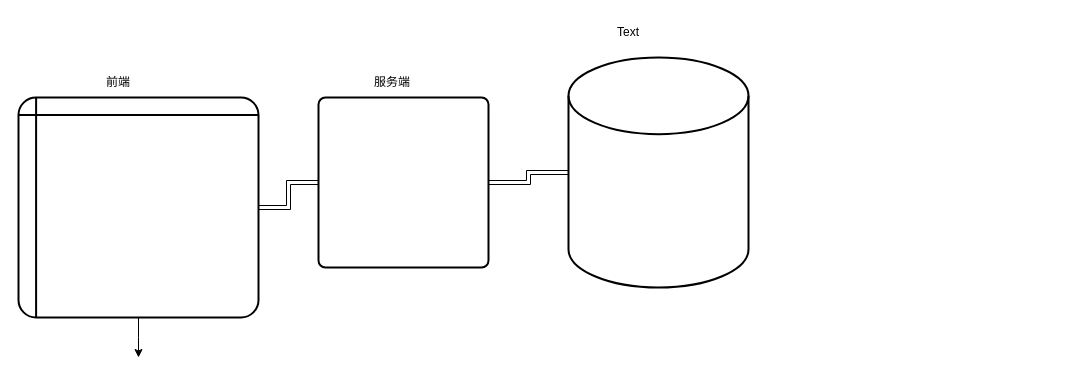
Earlier version of the draw.io diagram 全栈.drawio (RenJie666/ssh). Source tidied: cells renumbered, new cells numbered last; positions are measured from the earlier drawing's top-left corner, leaving out a move shared by most shapes. Both pictures are drawn from the tidied source at 100%, with x=0, y=0 at pixel (18, 17).
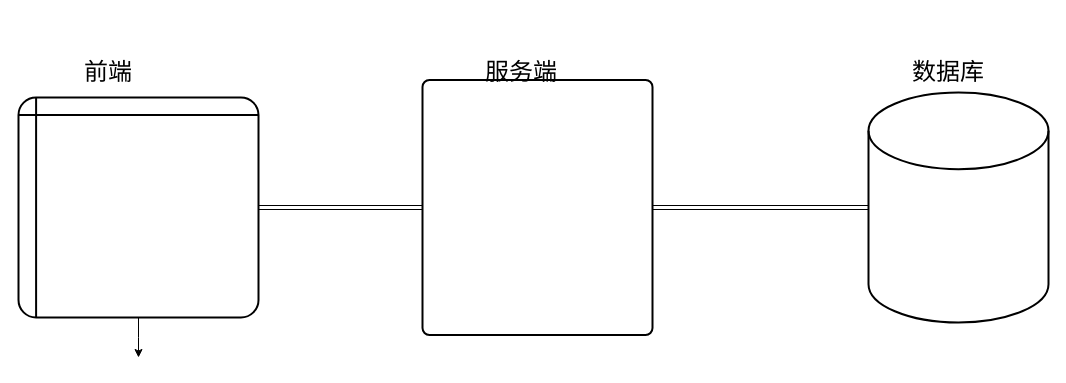
The same diagram, later.

What changed in the source:
```diff
@@
 <mxGraphModel>
   <root>
     <mxCell id="0" />
     <mxCell id="1" parent="0" />
     <mxCell id="2" style="shape=internalStorage;whiteSpace=wrap;html=1;dx=15;dy=15;rounded=1;arcSize=8;strokeWidth=2;" parent="1" vertex="1">
       <mxGeometry y="80" width="240" height="220" as="geometry" />
     </mxCell>
     <mxCell id="3" style="edgeStyle=orthogonalEdgeStyle;rounded=0;jettySize=auto;html=1;shape=link;" parent="1" edge="1" source="5" target="6">
       <mxGeometry relative="1" as="geometry" />
     </mxCell>
     <mxCell id="4" style="edgeStyle=orthogonalEdgeStyle;rounded=0;jettySize=auto;html=1;shape=link;" parent="1" edge="1" source="5" target="2">
       <mxGeometry relative="1" as="geometry" />
     </mxCell>
     <mxCell id="5" style="rounded=1;whiteSpace=wrap;html=1;absoluteArcSize=1;arcSize=14;strokeWidth=2;" parent="1" vertex="1">
-      <mxGeometry x="300" y="80" width="170" height="170" as="geometry" />
+      <mxGeometry x="404" y="62.5" width="230" height="255" as="geometry" />
     </mxCell>
     <mxCell id="6" style="strokeWidth=2;html=1;shape=mxgraph.flowchart.database;whiteSpace=wrap;" parent="1" vertex="1">
-      <mxGeometry x="550" y="40" width="180" height="230" as="geometry" />
+      <mxGeometry x="850" y="75" width="180" height="230" as="geometry" />
     </mxCell>
-    <mxCell id="7" value="前端" style="text;html=1;strokeColor=none;fillColor=none;align=center;verticalAlign=middle;whiteSpace=wrap;rounded=0;" parent="1" vertex="1">
-      <mxGeometry x="70" y="50" width="60" height="30" as="geometry" />
+    <mxCell id="7" value="&lt;font style=&quot;font-size: 24px;&quot;&gt;前端&lt;/font&gt;" style="text;html=1;strokeColor=none;fillColor=none;align=center;verticalAlign=middle;whiteSpace=wrap;rounded=0;" parent="1" vertex="1">
+      <mxGeometry x="50" y="30" width="80" height="50" as="geometry" />
     </mxCell>
-    <mxCell id="8" value="服务端" style="text;html=1;strokeColor=none;fillColor=none;align=center;verticalAlign=middle;whiteSpace=wrap;rounded=0;" parent="1" vertex="1">
-      <mxGeometry x="344" y="50" width="60" height="30" as="geometry" />
+    <mxCell id="8" value="&lt;font style=&quot;font-size: 24px;&quot;&gt;服务端&lt;/font&gt;" style="text;html=1;strokeColor=none;fillColor=none;align=center;verticalAlign=middle;whiteSpace=wrap;rounded=0;" parent="1" vertex="1">
+      <mxGeometry x="450" y="40" width="106" height="30" as="geometry" />
     </mxCell>
-    <mxCell id="9" value="Text" style="text;html=1;strokeColor=none;fillColor=none;align=center;verticalAlign=middle;whiteSpace=wrap;rounded=0;" parent="1" vertex="1">
-      <mxGeometry x="580" width="60" height="30" as="geometry" />
+    <mxCell id="9" value="&lt;font style=&quot;font-size: 24px;&quot;&gt;数据库&lt;/font&gt;" style="text;html=1;strokeColor=none;fillColor=none;align=center;verticalAlign=middle;whiteSpace=wrap;rounded=0;" parent="1" vertex="1">
+      <mxGeometry x="830" y="20" width="200" height="70" as="geometry" />
     </mxCell>
     <mxCell id="10" style="edgeStyle=orthogonalEdgeStyle;rounded=0;jettySize=auto;html=1;exitX=0.5;exitY=1;exitDx=0;exitDy=0;" parent="1" edge="1" source="2">
       <mxGeometry relative="1" as="geometry">
         <mxPoint x="120" y="340" as="targetPoint" />
       </mxGeometry>
     </mxCell>
   </root>
 </mxGraphModel>
```
